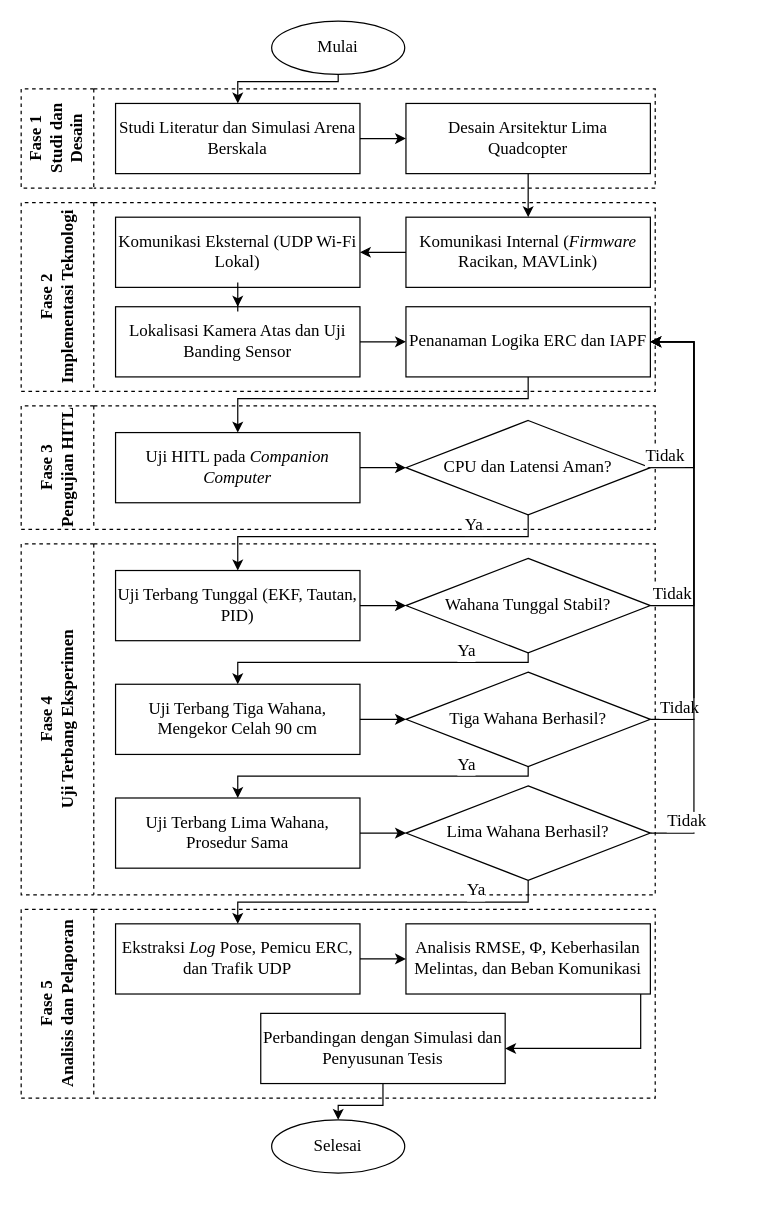
izmaherdian/tesis-swarm-quadcopter keeps this draw.io diagram as page "Metodologi" (1 of 3) of tulisan/diagrams/proposal-tesis.drawio. Above is the earlier version. Source tidied: cells renumbered, new cells numbered last; positions are measured from the earlier drawing's top-left corner, leaving out a move shared by most shapes. Both pictures are drawn from the tidied source at 121%, with x=0, y=0 at pixel (21, 21).
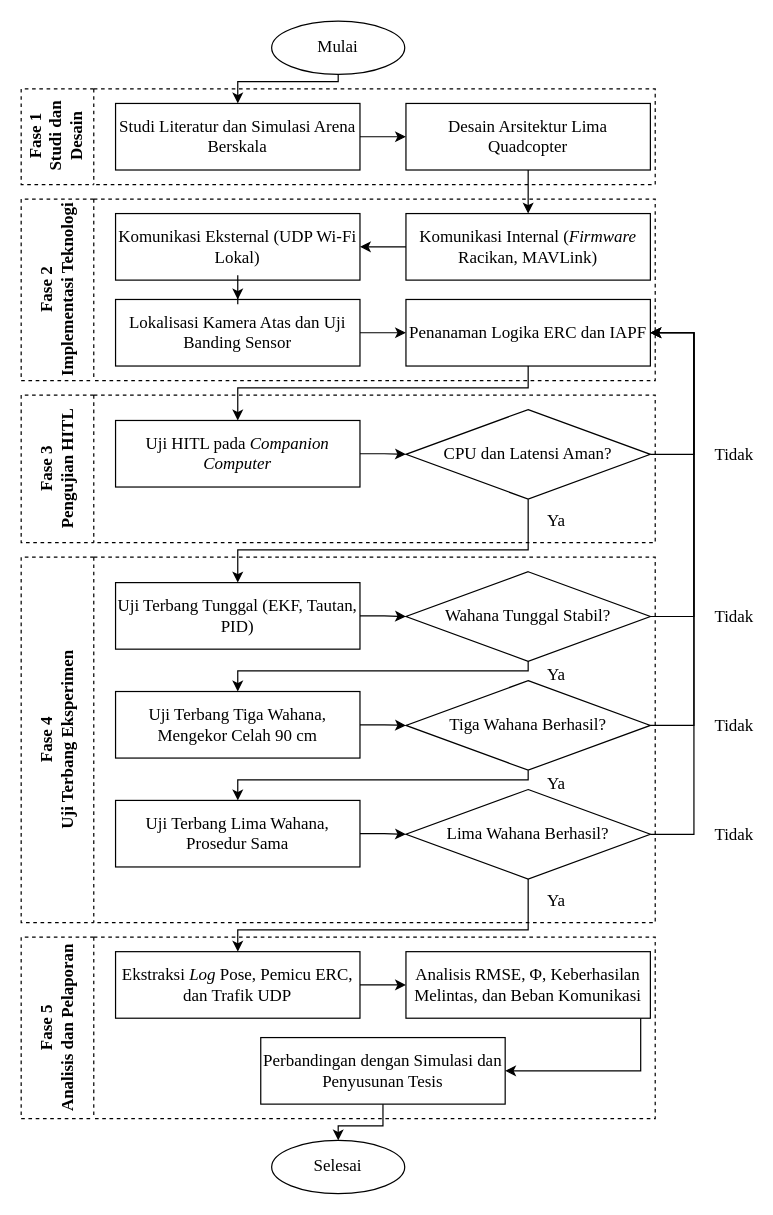
The same page after the edit.

Commit message (it also covers changes not shown here):
proposal: label Ya dan Tidak pada Gambar 4.1 tidak lagi tertimpa garis

Label "Tidak" sebelumnya terpotong garis putus-putus bingkai fase dan
tertimpa garis koridor, sedangkan dua label "Ya" tertembus garis batas
antarfase.

- keempat label "Tidak" dipindah ke ruang kosong di kanan koridor
- ruang di bawah belah ketupat Fase 3 dan Fase 4 ditambah, sehingga
  label "Ya" berada di dalam bingkai dan jauh dari garis batas
- tinggi kotak dan belah ketupat dikurangi sedikit sebagai penebus,
  sehingga gambar tetap muat satu halaman bersama keterangannya

Diff of the diagram source:
```diff
@@
     <mxCell id="2" value="Fase 1&lt;div&gt;Studi dan Desain&lt;/div&gt;" style="swimlane;horizontal=0;whiteSpace=wrap;html=1;startSize=60;dashed=1;fillColor=none;fontFamily=Times New Roman;fontSize=14;" parent="1" vertex="1">
-      <mxGeometry y="56" width="524" height="82" as="geometry" />
+      <mxGeometry y="56" width="524" height="79" as="geometry" />
     </mxCell>
     <mxCell id="3" value="Fase 2&lt;div&gt;Implementasi Teknologi&lt;/div&gt;" style="swimlane;horizontal=0;whiteSpace=wrap;html=1;startSize=60;dashed=1;fillColor=none;fontFamily=Times New Roman;fontSize=14;" parent="1" vertex="1">
-      <mxGeometry y="150" width="524" height="156" as="geometry" />
+      <mxGeometry y="147" width="524" height="150" as="geometry" />
     </mxCell>
     <mxCell id="4" value="Fase 3&lt;div&gt;Pengujian HITL&lt;/div&gt;" style="swimlane;horizontal=0;whiteSpace=wrap;html=1;startSize=60;dashed=1;fillColor=none;fontFamily=Times New Roman;fontSize=14;" parent="1" vertex="1">
-      <mxGeometry y="318" width="524" height="102" as="geometry" />
+      <mxGeometry y="309" width="524" height="122" as="geometry" />
     </mxCell>
     <mxCell id="5" value="Fase 4&lt;div&gt;Uji Terbang Eksperimen&lt;/div&gt;" style="swimlane;horizontal=0;whiteSpace=wrap;html=1;startSize=60;dashed=1;fillColor=none;fontFamily=Times New Roman;fontSize=14;" parent="1" vertex="1">
-      <mxGeometry y="432" width="524" height="290" as="geometry" />
+      <mxGeometry y="443" width="524" height="302" as="geometry" />
     </mxCell>
     <mxCell id="6" value="Fase 5&lt;div&gt;Analisis dan Pelaporan&lt;/div&gt;" style="swimlane;horizontal=0;whiteSpace=wrap;html=1;startSize=60;dashed=1;fillColor=none;fontFamily=Times New Roman;fontSize=14;" parent="1" vertex="1">
-      <mxGeometry y="734" width="524" height="156" as="geometry" />
+      <mxGeometry y="757" width="524" height="150" as="geometry" />
     </mxCell>
@@
     <mxCell id="8" value="Studi Literatur dan Simulasi Arena Berskala" style="rounded=0;whiteSpace=wrap;html=1;fontFamily=Times New Roman;fontSize=14;" parent="1" vertex="1">
-      <mxGeometry x="78" y="68" width="202" height="58" as="geometry" />
+      <mxGeometry x="78" y="68" width="202" height="55" as="geometry" />
     </mxCell>
     <mxCell id="9" value="Desain Arsitektur Lima Quadcopter" style="rounded=0;whiteSpace=wrap;html=1;fontFamily=Times New Roman;fontSize=14;" parent="1" vertex="1">
-      <mxGeometry x="318" y="68" width="202" height="58" as="geometry" />
+      <mxGeometry x="318" y="68" width="202" height="55" as="geometry" />
     </mxCell>
     <mxCell id="10" value="Komunikasi Eksternal (UDP Wi-Fi Lokal)" style="rounded=0;whiteSpace=wrap;html=1;fontFamily=Times New Roman;fontSize=14;" parent="1" vertex="1">
-      <mxGeometry x="78" y="162" width="202" height="58" as="geometry" />
+      <mxGeometry x="78" y="159" width="202" height="55" as="geometry" />
     </mxCell>
     <mxCell id="11" value="Komunikasi Internal (&lt;i&gt;Firmware&lt;/i&gt; Racikan, MAVLink)" style="rounded=0;whiteSpace=wrap;html=1;fontFamily=Times New Roman;fontSize=14;" parent="1" vertex="1">
-      <mxGeometry x="318" y="162" width="202" height="58" as="geometry" />
+      <mxGeometry x="318" y="159" width="202" height="55" as="geometry" />
     </mxCell>
     <mxCell id="12" value="Lokalisasi Kamera Atas dan Uji Banding Sensor" style="rounded=0;whiteSpace=wrap;html=1;fontFamily=Times New Roman;fontSize=14;" parent="1" vertex="1">
-      <mxGeometry x="78" y="236" width="202" height="58" as="geometry" />
+      <mxGeometry x="78" y="230" width="202" height="55" as="geometry" />
     </mxCell>
     <mxCell id="13" value="Penanaman Logika ERC dan IAPF" style="rounded=0;whiteSpace=wrap;html=1;fontFamily=Times New Roman;fontSize=14;" parent="1" vertex="1">
-      <mxGeometry x="318" y="236" width="202" height="58" as="geometry" />
+      <mxGeometry x="318" y="230" width="202" height="55" as="geometry" />
     </mxCell>
     <mxCell id="14" value="Uji HITL pada &lt;i&gt;Companion Computer&lt;/i&gt;" style="rounded=0;whiteSpace=wrap;html=1;fontFamily=Times New Roman;fontSize=14;" parent="1" vertex="1">
-      <mxGeometry x="78" y="340" width="202" height="58" as="geometry" />
+      <mxGeometry x="78" y="330" width="202" height="55" as="geometry" />
     </mxCell>
     <mxCell id="15" value="CPU dan Latensi Aman?" style="rhombus;whiteSpace=wrap;html=1;fontFamily=Times New Roman;fontSize=14;" parent="1" vertex="1">
-      <mxGeometry x="318" y="330" width="202" height="78" as="geometry" />
+      <mxGeometry x="318" y="321" width="202" height="74" as="geometry" />
     </mxCell>
     <mxCell id="16" value="Uji Terbang Tunggal (EKF, Tautan, PID)" style="rounded=0;whiteSpace=wrap;html=1;fontFamily=Times New Roman;fontSize=14;" parent="1" vertex="1">
-      <mxGeometry x="78" y="454" width="202" height="58" as="geometry" />
+      <mxGeometry x="78" y="464" width="202" height="55" as="geometry" />
     </mxCell>
     <mxCell id="17" value="Wahana Tunggal Stabil?" style="rhombus;whiteSpace=wrap;html=1;fontFamily=Times New Roman;fontSize=14;" parent="1" vertex="1">
-      <mxGeometry x="318" y="444" width="202" height="78" as="geometry" />
+      <mxGeometry x="318" y="455" width="202" height="74" as="geometry" />
     </mxCell>
     <mxCell id="18" value="Uji Terbang Tiga Wahana, Mengekor Celah 90 cm" style="rounded=0;whiteSpace=wrap;html=1;fontFamily=Times New Roman;fontSize=14;" parent="1" vertex="1">
-      <mxGeometry x="78" y="548" width="202" height="58" as="geometry" />
+      <mxGeometry x="78" y="554" width="202" height="55" as="geometry" />
     </mxCell>
     <mxCell id="19" value="Tiga Wahana Berhasil?" style="rhombus;whiteSpace=wrap;html=1;fontFamily=Times New Roman;fontSize=14;" parent="1" vertex="1">
-      <mxGeometry x="318" y="538" width="202" height="78" as="geometry" />
+      <mxGeometry x="318" y="545" width="202" height="74" as="geometry" />
     </mxCell>
     <mxCell id="20" value="Uji Terbang Lima Wahana, Prosedur Sama" style="rounded=0;whiteSpace=wrap;html=1;fontFamily=Times New Roman;fontSize=14;" parent="1" vertex="1">
-      <mxGeometry x="78" y="642" width="202" height="58" as="geometry" />
+      <mxGeometry x="78" y="644" width="202" height="55" as="geometry" />
     </mxCell>
     <mxCell id="21" value="Lima Wahana Berhasil?" style="rhombus;whiteSpace=wrap;html=1;fontFamily=Times New Roman;fontSize=14;" parent="1" vertex="1">
-      <mxGeometry x="318" y="632" width="202" height="78" as="geometry" />
+      <mxGeometry x="318" y="635" width="202" height="74" as="geometry" />
     </mxCell>
     <mxCell id="22" value="Ekstraksi &lt;i&gt;Log&lt;/i&gt; Pose, Pemicu ERC, dan Trafik UDP" style="rounded=0;whiteSpace=wrap;html=1;fontFamily=Times New Roman;fontSize=14;" parent="1" vertex="1">
-      <mxGeometry x="78" y="746" width="202" height="58" as="geometry" />
+      <mxGeometry x="78" y="769" width="202" height="55" as="geometry" />
     </mxCell>
     <mxCell id="23" value="Analisis RMSE, Φ, Keberhasilan Melintas, dan Beban Komunikasi" style="rounded=0;whiteSpace=wrap;html=1;fontFamily=Times New Roman;fontSize=14;" parent="1" vertex="1">
-      <mxGeometry x="318" y="746" width="202" height="58" as="geometry" />
+      <mxGeometry x="318" y="769" width="202" height="55" as="geometry" />
     </mxCell>
     <mxCell id="24" value="Perbandingan dengan Simulasi dan Penyusunan Tesis" style="rounded=0;whiteSpace=wrap;html=1;fontFamily=Times New Roman;fontSize=14;" parent="1" vertex="1">
-      <mxGeometry x="198" y="820" width="202" height="58" as="geometry" />
+      <mxGeometry x="198" y="840" width="202" height="55" as="geometry" />
     </mxCell>
     <mxCell id="25" value="Selesai" style="ellipse;whiteSpace=wrap;html=1;fontFamily=Times New Roman;fontSize=14;" parent="1" vertex="1">
-      <mxGeometry x="207" y="908" width="110" height="44" as="geometry" />
+      <mxGeometry x="207" y="925" width="110" height="44" as="geometry" />
     </mxCell>
@@
     <mxCell id="32" style="edgeStyle=orthogonalEdgeStyle;rounded=0;jettySize=auto;html=1;fontFamily=Times New Roman;fontSize=14;entryX=0.5;entryY=0;entryDx=0;entryDy=0;" parent="1" edge="1" source="13" target="14">
       <mxGeometry relative="1" as="geometry">
         <Array as="points">
-          <mxPoint x="419" y="312" />
-          <mxPoint x="179" y="312" />
+          <mxPoint x="419" y="303" />
+          <mxPoint x="179" y="303" />
         </Array>
       </mxGeometry>
     </mxCell>
@@
     <mxCell id="34" style="edgeStyle=orthogonalEdgeStyle;rounded=0;jettySize=auto;html=1;fontFamily=Times New Roman;fontSize=14;entryX=0.5;entryY=0;entryDx=0;entryDy=0;" parent="1" edge="1" source="15" target="16">
       <mxGeometry relative="1" as="geometry">
         <Array as="points">
-          <mxPoint x="419" y="426" />
-          <mxPoint x="179" y="426" />
+          <mxPoint x="419" y="437" />
+          <mxPoint x="179" y="437" />
         </Array>
       </mxGeometry>
     </mxCell>
-    <mxCell id="35" value="Ya" style="edgeLabel;html=1;align=center;verticalAlign=middle;fontFamily=Times New Roman;fontSize=14;" parent="34" vertex="1">
-      <mxGeometry x="-0.55" relative="1" as="geometry">
-        <mxPoint y="-10" as="offset" />
+    <mxCell id="35" value="Ya" style="edgeLabel;html=1;align=center;verticalAlign=middle;labelBackgroundColor=#FFFFFF;spacing=2;fontFamily=Times New Roman;fontSize=14;" parent="34" vertex="1">
+      <mxGeometry x="-1" relative="1" as="geometry">
+        <mxPoint x="22" y="18" as="offset" />
       </mxGeometry>
     </mxCell>
@@
     <mxCell id="37" style="edgeStyle=orthogonalEdgeStyle;rounded=0;jettySize=auto;html=1;fontFamily=Times New Roman;fontSize=14;entryX=0.5;entryY=0;entryDx=0;entryDy=0;" parent="1" edge="1" source="17" target="18">
       <mxGeometry relative="1" as="geometry">
         <Array as="points">
-          <mxPoint x="419" y="530" />
-          <mxPoint x="179" y="530" />
+          <mxPoint x="419" y="537" />
+          <mxPoint x="179" y="537" />
         </Array>
       </mxGeometry>
     </mxCell>
-    <mxCell id="38" value="Ya" style="edgeLabel;html=1;align=center;verticalAlign=middle;fontFamily=Times New Roman;fontSize=14;" parent="37" vertex="1">
-      <mxGeometry x="-0.55" relative="1" as="geometry">
-        <mxPoint y="-10" as="offset" />
+    <mxCell id="38" value="Ya" style="edgeLabel;html=1;align=center;verticalAlign=middle;labelBackgroundColor=#FFFFFF;spacing=2;fontFamily=Times New Roman;fontSize=14;" parent="37" vertex="1">
+      <mxGeometry x="-1" relative="1" as="geometry">
+        <mxPoint x="22" y="11" as="offset" />
       </mxGeometry>
     </mxCell>
@@
     <mxCell id="40" style="edgeStyle=orthogonalEdgeStyle;rounded=0;jettySize=auto;html=1;fontFamily=Times New Roman;fontSize=14;entryX=0.5;entryY=0;entryDx=0;entryDy=0;" parent="1" edge="1" source="19" target="20">
       <mxGeometry relative="1" as="geometry">
         <Array as="points">
-          <mxPoint x="419" y="624" />
-          <mxPoint x="179" y="624" />
+          <mxPoint x="419" y="627" />
+          <mxPoint x="179" y="627" />
         </Array>
       </mxGeometry>
     </mxCell>
-    <mxCell id="41" value="Ya" style="edgeLabel;html=1;align=center;verticalAlign=middle;fontFamily=Times New Roman;fontSize=14;" parent="40" vertex="1">
-      <mxGeometry x="-0.55" relative="1" as="geometry">
-        <mxPoint y="-10" as="offset" />
+    <mxCell id="41" value="Ya" style="edgeLabel;html=1;align=center;verticalAlign=middle;labelBackgroundColor=#FFFFFF;spacing=2;fontFamily=Times New Roman;fontSize=14;" parent="40" vertex="1">
+      <mxGeometry x="-1" relative="1" as="geometry">
+        <mxPoint x="22" y="11" as="offset" />
       </mxGeometry>
     </mxCell>
@@
     <mxCell id="43" style="edgeStyle=orthogonalEdgeStyle;rounded=0;jettySize=auto;html=1;fontFamily=Times New Roman;fontSize=14;entryX=0.5;entryY=0;entryDx=0;entryDy=0;" parent="1" edge="1" source="21" target="22">
       <mxGeometry relative="1" as="geometry">
         <Array as="points">
-          <mxPoint x="419" y="728" />
-          <mxPoint x="179" y="728" />
+          <mxPoint x="419" y="751" />
+          <mxPoint x="179" y="751" />
         </Array>
       </mxGeometry>
     </mxCell>
-    <mxCell id="44" value="Ya" style="edgeLabel;html=1;align=center;verticalAlign=middle;fontFamily=Times New Roman;fontSize=14;" parent="43" vertex="1">
-      <mxGeometry x="-0.55" relative="1" as="geometry">
-        <mxPoint y="-10" as="offset" />
+    <mxCell id="44" value="Ya" style="edgeLabel;html=1;align=center;verticalAlign=middle;labelBackgroundColor=#FFFFFF;spacing=2;fontFamily=Times New Roman;fontSize=14;" parent="43" vertex="1">
+      <mxGeometry x="-1" relative="1" as="geometry">
+        <mxPoint x="22" y="18" as="offset" />
       </mxGeometry>
     </mxCell>
@@
     <mxCell id="46" style="edgeStyle=orthogonalEdgeStyle;rounded=0;jettySize=auto;html=1;fontFamily=Times New Roman;fontSize=14;entryX=1;entryY=0.5;entryDx=0;entryDy=0;" parent="1" edge="1" source="23" target="24">
       <mxGeometry relative="1" as="geometry">
         <Array as="points">
-          <mxPoint x="512" y="849" />
+          <mxPoint x="512" y="867" />
         </Array>
       </mxGeometry>
     </mxCell>
     <mxCell id="47" style="edgeStyle=orthogonalEdgeStyle;rounded=0;jettySize=auto;html=1;fontFamily=Times New Roman;fontSize=14;exitX=0.5;exitY=1;exitDx=0;exitDy=0;entryX=0.5;entryY=0;entryDx=0;entryDy=0;" parent="1" edge="1" source="24" target="25">
       <mxGeometry relative="1" as="geometry">
         <Array as="points">
-          <mxPoint x="299" y="896" />
-          <mxPoint x="262" y="896" />
+          <mxPoint x="299" y="913" />
+          <mxPoint x="262" y="913" />
         </Array>
       </mxGeometry>
     </mxCell>
     <mxCell id="48" style="edgeStyle=orthogonalEdgeStyle;rounded=0;jettySize=auto;html=1;fontFamily=Times New Roman;fontSize=14;exitX=1;exitY=0.5;exitDx=0;exitDy=0;entryX=1;entryY=0.5;entryDx=0;entryDy=0;" parent="1" edge="1" source="15" target="13">
       <mxGeometry relative="1" as="geometry">
         <Array as="points">
-          <mxPoint x="556" y="369" />
-          <mxPoint x="556" y="265" />
+          <mxPoint x="556" y="358" />
+          <mxPoint x="556" y="257" />
         </Array>
       </mxGeometry>
     </mxCell>
-    <mxCell id="49" value="Tidak" style="edgeLabel;html=1;align=center;verticalAlign=middle;fontFamily=Times New Roman;fontSize=14;" parent="48" vertex="1">
-      <mxGeometry x="-0.88" relative="1" as="geometry">
-        <mxPoint y="-10" as="offset" />
+    <mxCell id="49" value="Tidak" style="edgeLabel;html=1;align=center;verticalAlign=middle;labelBackgroundColor=#FFFFFF;spacing=2;fontFamily=Times New Roman;fontSize=14;" parent="48" vertex="1">
+      <mxGeometry x="-1" relative="1" as="geometry">
+        <mxPoint x="68" as="offset" />
       </mxGeometry>
     </mxCell>
     <mxCell id="50" style="edgeStyle=orthogonalEdgeStyle;rounded=0;jettySize=auto;html=1;fontFamily=Times New Roman;fontSize=14;exitX=1;exitY=0.5;exitDx=0;exitDy=0;entryX=1;entryY=0.5;entryDx=0;entryDy=0;" parent="1" edge="1" source="17" target="13">
       <mxGeometry relative="1" as="geometry">
         <Array as="points">
-          <mxPoint x="556" y="483" />
-          <mxPoint x="556" y="265" />
+          <mxPoint x="556" y="492" />
+          <mxPoint x="556" y="257" />
         </Array>
       </mxGeometry>
     </mxCell>
-    <mxCell id="51" value="Tidak" style="edgeLabel;html=1;align=center;verticalAlign=middle;fontFamily=Times New Roman;fontSize=14;" parent="50" vertex="1">
-      <mxGeometry x="-0.88" relative="1" as="geometry">
-        <mxPoint y="-10" as="offset" />
+    <mxCell id="51" value="Tidak" style="edgeLabel;html=1;align=center;verticalAlign=middle;labelBackgroundColor=#FFFFFF;spacing=2;fontFamily=Times New Roman;fontSize=14;" parent="50" vertex="1">
+      <mxGeometry x="-1" relative="1" as="geometry">
+        <mxPoint x="68" as="offset" />
       </mxGeometry>
     </mxCell>
     <mxCell id="52" style="edgeStyle=orthogonalEdgeStyle;rounded=0;jettySize=auto;html=1;fontFamily=Times New Roman;fontSize=14;exitX=1;exitY=0.5;exitDx=0;exitDy=0;entryX=1;entryY=0.5;entryDx=0;entryDy=0;" parent="1" edge="1" source="19" target="13">
       <mxGeometry relative="1" as="geometry">
         <Array as="points">
-          <mxPoint x="556" y="577" />
-          <mxPoint x="556" y="265" />
+          <mxPoint x="556" y="582" />
+          <mxPoint x="556" y="257" />
         </Array>
       </mxGeometry>
     </mxCell>
-    <mxCell id="53" value="Tidak" style="edgeLabel;html=1;align=center;verticalAlign=middle;fontFamily=Times New Roman;fontSize=14;" parent="52" vertex="1">
-      <mxGeometry x="-0.88" relative="1" as="geometry">
-        <mxPoint y="-10" as="offset" />
+    <mxCell id="53" value="Tidak" style="edgeLabel;html=1;align=center;verticalAlign=middle;labelBackgroundColor=#FFFFFF;spacing=2;fontFamily=Times New Roman;fontSize=14;" parent="52" vertex="1">
+      <mxGeometry x="-1" relative="1" as="geometry">
+        <mxPoint x="68" as="offset" />
       </mxGeometry>
     </mxCell>
     <mxCell id="54" style="edgeStyle=orthogonalEdgeStyle;rounded=0;jettySize=auto;html=1;fontFamily=Times New Roman;fontSize=14;exitX=1;exitY=0.5;exitDx=0;exitDy=0;entryX=1;entryY=0.5;entryDx=0;entryDy=0;" parent="1" edge="1" source="21" target="13">
       <mxGeometry relative="1" as="geometry">
         <Array as="points">
-          <mxPoint x="556" y="671" />
-          <mxPoint x="556" y="265" />
+          <mxPoint x="556" y="672" />
+          <mxPoint x="556" y="257" />
         </Array>
       </mxGeometry>
     </mxCell>
-    <mxCell id="55" value="Tidak" style="edgeLabel;html=1;align=center;verticalAlign=middle;fontFamily=Times New Roman;fontSize=14;" parent="54" vertex="1">
-      <mxGeometry x="-0.88" relative="1" as="geometry">
-        <mxPoint y="-10" as="offset" />
+    <mxCell id="55" value="Tidak" style="edgeLabel;html=1;align=center;verticalAlign=middle;labelBackgroundColor=#FFFFFF;spacing=2;fontFamily=Times New Roman;fontSize=14;" parent="54" vertex="1">
+      <mxGeometry x="-1" relative="1" as="geometry">
+        <mxPoint x="68" as="offset" />
       </mxGeometry>
     </mxCell>
```
